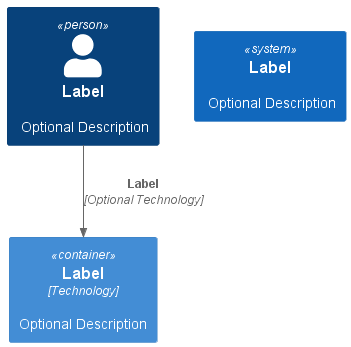
Above: UML/C4/C4_UML/C4_Elements.png in MartinStokholm/PRJ4_Repo (PlantUML), before the change. Source of this version:
```plantuml
@startuml C4_Elements
!include https://raw.githubusercontent.com/plantuml-stdlib/C4-PlantUML/master/C4_Container.puml

Person(personAlias, "Label", "Optional Description")
Container(containerAlias, "Label", "Technology", "Optional Description")
System(systemAlias, "Label", "Optional Description")

Rel(personAlias, containerAlias, "Label", "Optional Technology")
@enduml
```
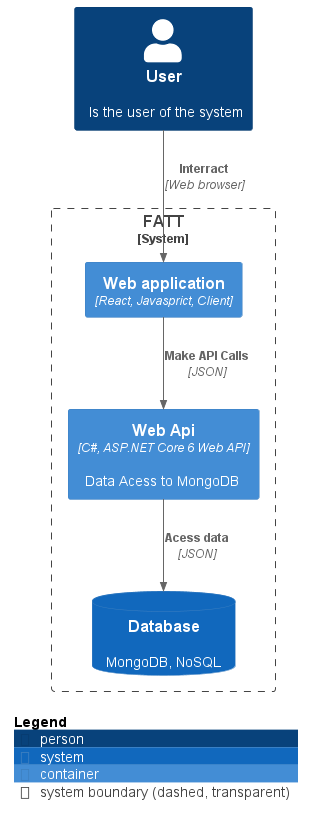
The same file after the commit.

The edit, as a diff of the source:
```diff
@@ -1,9 +1,17 @@
 @startuml C4_Elements
 !include https://raw.githubusercontent.com/plantuml-stdlib/C4-PlantUML/master/C4_Container.puml
 
-Person(personAlias, "Label", "Optional Description")
-Container(containerAlias, "Label", "Technology", "Optional Description")
-System(systemAlias, "Label", "Optional Description")
+Person(user, "User", "Is the user of the system")
+System_Boundary(c1, "FATT") {
+    Container(Web_api, "Web Api", "C#, ASP.NET Core 6 Web API", "Data Acess to MongoDB ")
+    SystemDb(database, "Database", "MongoDB, NoSQL ")
+    Container(Web_app, "Web application", "React, Javasprict, Client", $link="https://github.com/plantuml-stdlib/C4-PlantUML/blob/master/LayoutOptions.md")
 
-Rel(personAlias, containerAlias, "Label", "Optional Technology")
+}
+
+
+Rel(Web_api, database, "Acess data", "JSON")
+Rel(Web_app, Web_api, "Make API Calls", "JSON")
+Rel(user, Web_app, "Interract", "Web browser")
+SHOW_LEGEND()
 @enduml
```
